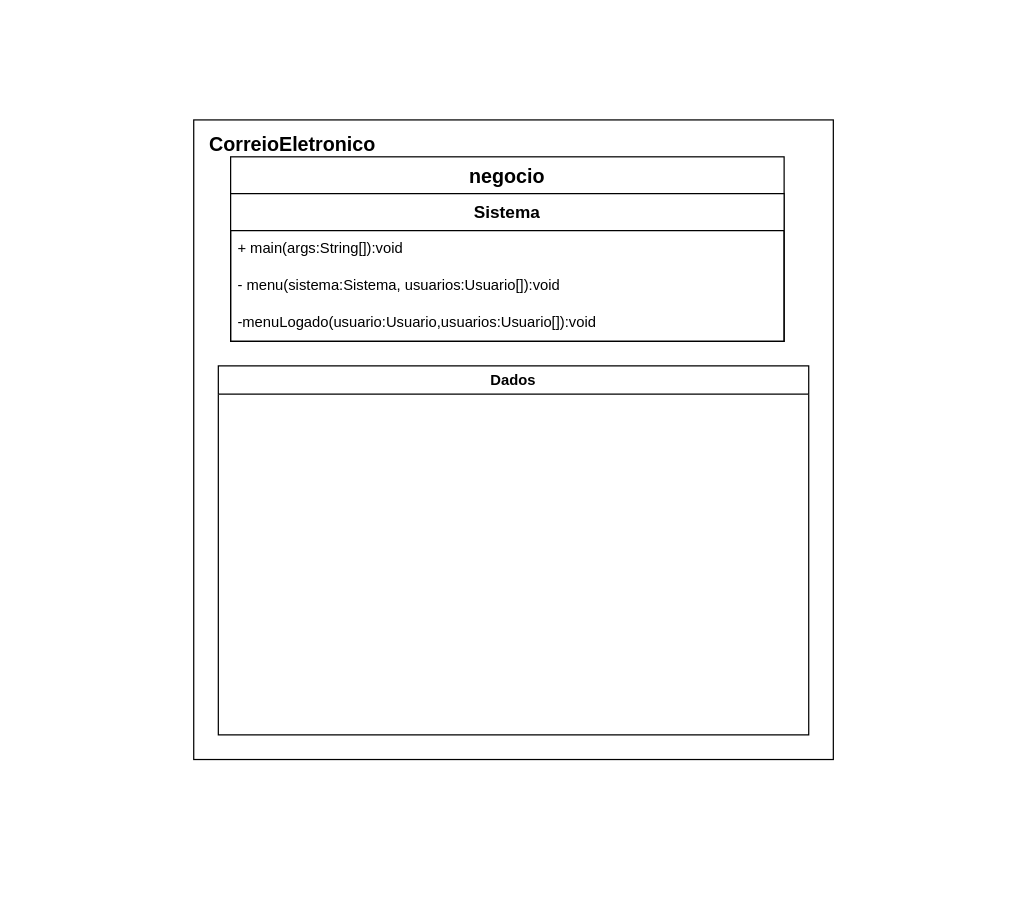
mathfreitas03/ProjetoPOO keeps this draw.io diagram as CorreioEletronico/Diagrama sem nome.drawio. Above is the earlier version. Source tidied: cells renumbered, new cells numbered last; positions are measured from the earlier drawing's top-left corner, leaving out a move shared by most shapes. Both pictures are drawn from the tidied source at 123%, with x=0, y=0 at pixel (193, 119).
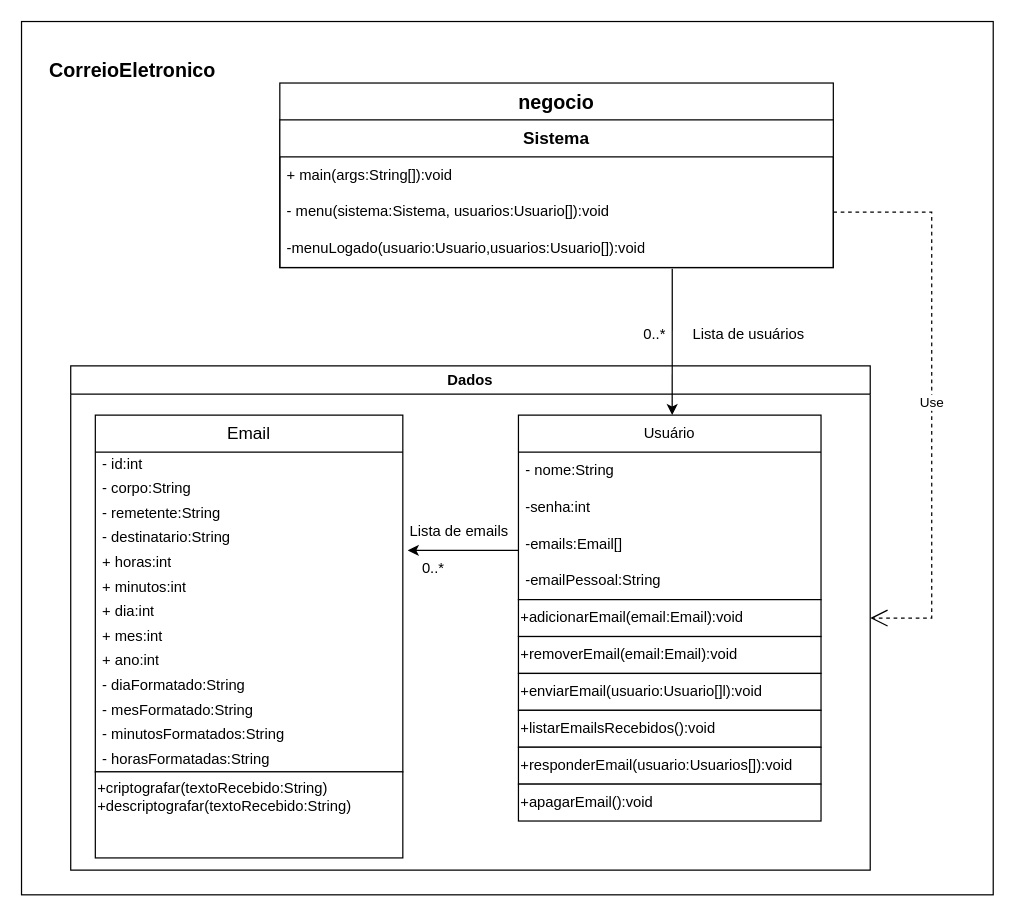
The same page after the edit.

The change refers to these unchanged cells:
```xml
<mxCell id="6" value="- menu(sistema:Sistema, usuarios:Usuario[]):void" style="text;strokeColor=none;fillColor=none;align=left;verticalAlign=middle;spacingLeft=4;spacingRight=4;overflow=hidden;points=[[0,0.5],[1,0.5]];portConstraint=eastwest;whiteSpace=wrap;html=1;" parent="4" vertex="1">
  <mxGeometry y="60" width="450" height="30" as="geometry" />
</mxCell>
<mxCell id="7" value="-menuLogado(usuario:Usuario,usuarios:Usuario[]):void" style="text;strokeColor=none;fillColor=none;align=left;verticalAlign=middle;spacingLeft=4;spacingRight=4;overflow=hidden;points=[[0,0.5],[1,0.5]];portConstraint=eastwest;whiteSpace=wrap;html=1;" parent="4" vertex="1">
  <mxGeometry y="90" width="450" height="30" as="geometry" />
</mxCell>
```

Change to the diagram source:
```diff
@@
     <mxCell id="2" style="rounded=0;whiteSpace=wrap;html=1;" parent="1" vertex="1">
-      <mxGeometry width="520" height="520" as="geometry" />
+      <mxGeometry x="-140" y="-80" width="790" height="710" as="geometry" />
     </mxCell>
     <mxCell id="3" value="negocio" style="rounded=0;whiteSpace=wrap;html=1;align=center;fontStyle=1;horizontal=1;verticalAlign=top;fontSize=16;" parent="1" vertex="1">
-      <mxGeometry x="30" y="30" width="450" height="150" as="geometry" />
+      <mxGeometry x="70" y="-30" width="450" height="150" as="geometry" />
     </mxCell>
     <mxCell id="4" value="Sistema" style="swimlane;fontStyle=1;horizontal=1;startSize=30;whiteSpace=wrap;html=1;fontSize=14;" parent="1" vertex="1">
-      <mxGeometry x="30" y="60" width="450" height="120" as="geometry" />
+      <mxGeometry x="70" width="450" height="120" as="geometry" />
     </mxCell>
@@
     <mxCell id="8" value="CorreioEletronico" style="text;strokeColor=none;fillColor=none;html=1;fontSize=16;fontStyle=1;verticalAlign=middle;align=center;" parent="1" vertex="1">
-      <mxGeometry x="30" width="100" height="40" as="geometry" />
+      <mxGeometry x="-100" y="-60" width="100" height="40" as="geometry" />
     </mxCell>
     <mxCell id="9" value="Dados" style="swimlane;whiteSpace=wrap;html=1;" parent="1" vertex="1">
-      <mxGeometry x="20" y="200" width="480" height="300" as="geometry" />
+      <mxGeometry x="-100" y="200" width="650" height="410" as="geometry" />
     </mxCell>
+    <mxCell id="10" value="Email" style="swimlane;fontStyle=0;horizontal=1;startSize=30;whiteSpace=wrap;html=1;fontSize=14;" parent="9" vertex="1">
+      <mxGeometry x="20" y="40" width="250" height="290" as="geometry" />
+    </mxCell>
+    <mxCell id="11" value="- id:int" style="text;strokeColor=none;fillColor=none;align=left;verticalAlign=middle;spacingLeft=4;spacingRight=4;overflow=hidden;whiteSpace=wrap;html=1;spacing=2;" parent="10" vertex="1">
+      <mxGeometry y="30" width="250" height="20" as="geometry" />
+    </mxCell>
+    <mxCell id="12" value="- corpo:String" style="text;strokeColor=none;fillColor=none;align=left;verticalAlign=middle;spacingLeft=4;spacingRight=4;overflow=hidden;whiteSpace=wrap;html=1;spacing=2;" parent="10" vertex="1">
+      <mxGeometry y="50" width="250" height="20" as="geometry" />
+    </mxCell>
+    <mxCell id="13" value="- remetente:String" style="text;strokeColor=none;fillColor=none;align=left;verticalAlign=middle;spacingLeft=4;spacingRight=4;overflow=hidden;whiteSpace=wrap;html=1;spacing=2;" parent="10" vertex="1">
+      <mxGeometry y="70" width="250" height="20" as="geometry" />
+    </mxCell>
+    <mxCell id="14" value="- destinatario:String" style="text;strokeColor=none;fillColor=none;align=left;verticalAlign=middle;spacingLeft=4;spacingRight=4;overflow=hidden;whiteSpace=wrap;html=1;spacing=2;" parent="10" vertex="1">
+      <mxGeometry y="90" width="250" height="20" as="geometry" />
+    </mxCell>
+    <mxCell id="15" value="+ horas:int" style="text;strokeColor=none;fillColor=none;align=left;verticalAlign=middle;spacingLeft=4;spacingRight=4;overflow=hidden;whiteSpace=wrap;html=1;spacing=2;" parent="10" vertex="1">
+      <mxGeometry y="110" width="250" height="20" as="geometry" />
+    </mxCell>
+    <mxCell id="16" value="+ minutos:int" style="text;strokeColor=none;fillColor=none;align=left;verticalAlign=middle;spacingLeft=4;spacingRight=4;overflow=hidden;whiteSpace=wrap;html=1;spacing=2;" parent="10" vertex="1">
+      <mxGeometry y="130" width="250" height="20" as="geometry" />
+    </mxCell>
+    <mxCell id="17" value="+ dia:int" style="text;strokeColor=none;fillColor=none;align=left;verticalAlign=middle;spacingLeft=4;spacingRight=4;overflow=hidden;whiteSpace=wrap;html=1;spacing=2;" parent="10" vertex="1">
+      <mxGeometry y="150" width="250" height="20" as="geometry" />
+    </mxCell>
+    <mxCell id="18" value="+ mes:int" style="text;strokeColor=none;fillColor=none;align=left;verticalAlign=middle;spacingLeft=4;spacingRight=4;overflow=hidden;whiteSpace=wrap;html=1;spacing=2;" parent="10" vertex="1">
+      <mxGeometry y="170" width="250" height="20" as="geometry" />
+    </mxCell>
+    <mxCell id="19" value="+ ano:int" style="text;strokeColor=none;fillColor=none;align=left;verticalAlign=middle;spacingLeft=4;spacingRight=4;overflow=hidden;whiteSpace=wrap;html=1;spacing=2;" parent="10" vertex="1">
+      <mxGeometry y="190" width="250" height="20" as="geometry" />
+    </mxCell>
+    <mxCell id="20" value="- diaFormatado:String" style="text;strokeColor=none;fillColor=none;align=left;verticalAlign=middle;spacingLeft=4;spacingRight=4;overflow=hidden;whiteSpace=wrap;html=1;spacing=2;" parent="10" vertex="1">
+      <mxGeometry y="210" width="250" height="20" as="geometry" />
+    </mxCell>
+    <mxCell id="21" value="- mesFormatado:String" style="text;strokeColor=none;fillColor=none;align=left;verticalAlign=middle;spacingLeft=4;spacingRight=4;overflow=hidden;whiteSpace=wrap;html=1;spacing=2;" parent="10" vertex="1">
+      <mxGeometry y="230" width="250" height="20" as="geometry" />
+    </mxCell>
+    <mxCell id="22" value="- minutosFormatados:String" style="text;strokeColor=none;fillColor=none;align=left;verticalAlign=middle;spacingLeft=4;spacingRight=4;overflow=hidden;whiteSpace=wrap;html=1;spacing=2;" parent="10" vertex="1">
+      <mxGeometry y="250" width="250" height="20" as="geometry" />
+    </mxCell>
+    <mxCell id="23" value="- horasFormatadas:String" style="text;strokeColor=none;fillColor=none;align=left;verticalAlign=middle;spacingLeft=4;spacingRight=4;overflow=hidden;whiteSpace=wrap;html=1;spacing=2;" parent="10" vertex="1">
+      <mxGeometry y="270" width="250" height="20" as="geometry" />
+    </mxCell>
+    <mxCell id="24" style="endArrow=classic;html=1;rounded=0;" parent="9" edge="1">
+      <mxGeometry relative="1" as="geometry">
+        <mxPoint x="364" y="150" as="sourcePoint" />
+        <mxPoint x="274" y="150" as="targetPoint" />
+      </mxGeometry>
+    </mxCell>
+    <mxCell id="25" value="Lista de emails" style="text;strokeColor=none;fillColor=none;align=left;verticalAlign=middle;spacingLeft=4;spacingRight=4;overflow=hidden;whiteSpace=wrap;html=1;" parent="9" vertex="1">
+      <mxGeometry x="270" y="120" width="110" height="30" as="geometry" />
+    </mxCell>
+    <mxCell id="26" value="0..*" style="text;strokeColor=none;fillColor=none;align=left;verticalAlign=middle;spacingLeft=4;spacingRight=4;overflow=hidden;whiteSpace=wrap;html=1;" parent="9" vertex="1">
+      <mxGeometry x="280" y="150" width="110" height="30" as="geometry" />
+    </mxCell>
+    <mxCell id="27" value="Usuário" style="swimlane;fontStyle=0;horizontal=1;startSize=30;whiteSpace=wrap;html=1;" parent="1" vertex="1">
+      <mxGeometry x="264" y="240" width="246" height="150" as="geometry" />
+    </mxCell>
+    <mxCell id="28" value="- nome:String" style="text;strokeColor=none;fillColor=none;align=left;verticalAlign=middle;spacingLeft=4;spacingRight=4;overflow=hidden;whiteSpace=wrap;html=1;" parent="27" vertex="1">
+      <mxGeometry y="30" width="246" height="30" as="geometry" />
+    </mxCell>
+    <mxCell id="29" value="-senha:int" style="text;strokeColor=none;fillColor=none;align=left;verticalAlign=middle;spacingLeft=4;spacingRight=4;overflow=hidden;whiteSpace=wrap;html=1;" parent="27" vertex="1">
+      <mxGeometry y="60" width="246" height="30" as="geometry" />
+    </mxCell>
+    <mxCell id="30" value="&lt;div&gt;-emails:Email[]&lt;/div&gt;" style="text;strokeColor=none;fillColor=none;align=left;verticalAlign=middle;spacingLeft=4;spacingRight=4;overflow=hidden;whiteSpace=wrap;html=1;" parent="27" vertex="1">
+      <mxGeometry y="90" width="246" height="30" as="geometry" />
+    </mxCell>
+    <mxCell id="31" value="&lt;div&gt;-emailPessoal:String&lt;/div&gt;" style="text;strokeColor=none;fillColor=none;align=left;verticalAlign=middle;spacingLeft=4;spacingRight=4;overflow=hidden;whiteSpace=wrap;html=1;" parent="27" vertex="1">
+      <mxGeometry y="120" width="246" height="30" as="geometry" />
+    </mxCell>
+    <mxCell id="32" value="+adicionarEmail(email:Email):void" style="rounded=0;whiteSpace=wrap;html=1;align=left;" parent="1" vertex="1">
+      <mxGeometry x="264" y="390" width="246" height="30" as="geometry" />
+    </mxCell>
+    <mxCell id="33" value="+removerEmail(email:Email):void" style="rounded=0;whiteSpace=wrap;html=1;align=left;" parent="1" vertex="1">
+      <mxGeometry x="264" y="420" width="246" height="30" as="geometry" />
+    </mxCell>
+    <mxCell id="34" value="+enviarEmail(usuario:Usuario[]l):void" style="rounded=0;whiteSpace=wrap;html=1;align=left;" parent="1" vertex="1">
+      <mxGeometry x="264" y="450" width="246" height="30" as="geometry" />
+    </mxCell>
+    <mxCell id="35" value="+listarEmailsRecebidos():void" style="rounded=0;whiteSpace=wrap;html=1;align=left;" parent="1" vertex="1">
+      <mxGeometry x="264" y="480" width="246" height="30" as="geometry" />
+    </mxCell>
+    <mxCell id="36" value="+responderEmail(usuario:Usuarios[]):void" style="rounded=0;whiteSpace=wrap;html=1;align=left;" parent="1" vertex="1">
+      <mxGeometry x="264" y="510" width="246" height="30" as="geometry" />
+    </mxCell>
+    <mxCell id="37" value="+apagarEmail():void" style="rounded=0;whiteSpace=wrap;html=1;align=left;" parent="1" vertex="1">
+      <mxGeometry x="264" y="540" width="246" height="30" as="geometry" />
+    </mxCell>
+    <mxCell id="38" value="&lt;div&gt;+criptografar(textoRecebido:String)&lt;/div&gt;&lt;div&gt;+descriptografar(textoRecebido:String)&lt;br&gt;&lt;/div&gt;" style="rounded=0;whiteSpace=wrap;html=1;align=left;verticalAlign=top;" parent="1" vertex="1">
+      <mxGeometry x="-80" y="530" width="250" height="70" as="geometry" />
+    </mxCell>
+    <mxCell id="39" style="endArrow=classic;html=1;rounded=0;exitX=0.709;exitY=1.03;exitDx=0;exitDy=0;exitPerimeter=0;" parent="1" edge="1" source="7">
+      <mxGeometry relative="1" as="geometry">
+        <mxPoint x="389" y="240" as="targetPoint" />
+      </mxGeometry>
+    </mxCell>
+    <mxCell id="40" value="Lista de usuários" style="text;strokeColor=none;fillColor=none;align=left;verticalAlign=middle;spacingLeft=4;spacingRight=4;overflow=hidden;whiteSpace=wrap;html=1;" parent="1" vertex="1">
+      <mxGeometry x="400" y="160" width="110" height="30" as="geometry" />
+    </mxCell>
+    <mxCell id="41" value="0..*" style="text;strokeColor=none;fillColor=none;align=left;verticalAlign=middle;spacingLeft=4;spacingRight=4;overflow=hidden;whiteSpace=wrap;html=1;" parent="1" vertex="1">
+      <mxGeometry x="360" y="160" width="30" height="30" as="geometry" />
+    </mxCell>
+    <mxCell id="42" value="Use" style="endArrow=open;endSize=12;dashed=1;html=1;rounded=0;entryX=1;entryY=0.5;entryDx=0;entryDy=0;exitX=1;exitY=0.5;exitDx=0;exitDy=0;" parent="1" edge="1" source="6" target="9">
+      <mxGeometry x="0.02" relative="1" as="geometry">
+        <Array as="points">
+          <mxPoint x="600" y="75" />
+          <mxPoint x="600" y="405" />
+        </Array>
+      </mxGeometry>
+    </mxCell>
```
